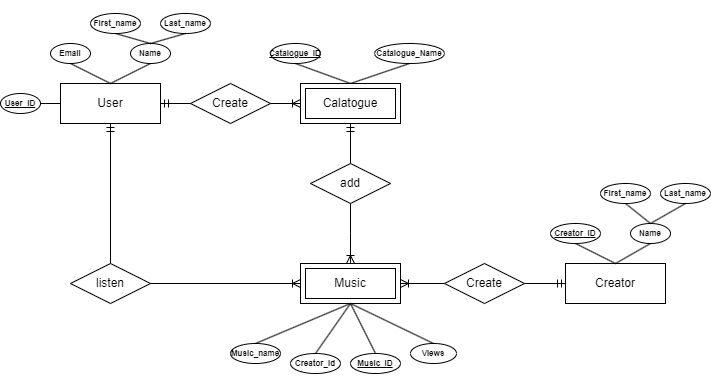
DeSP1C/FAM-BD keeps this draw.io diagram as lab1/ER_diagram.png. Above is the earlier version. Source tidied: cells renumbered, new cells last; positions are measured from the earlier drawing's top-left corner, leaving out a move shared by most shapes.
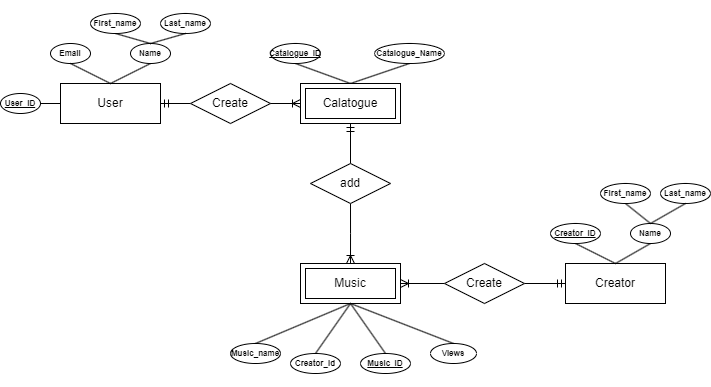
After the change.

Change to the diagram source:
```diff
@@ -117,7 +117,7 @@
       </mxGeometry>
     </mxCell>
     <mxCell id="37" value="&lt;h6&gt;&lt;u&gt;Music_ID&lt;/u&gt;&lt;/h6&gt;" style="ellipse;whiteSpace=wrap;html=1;align=center;" parent="1" vertex="1">
-      <mxGeometry x="350" y="340" width="50" height="20" as="geometry" />
+      <mxGeometry x="360" y="340" width="50" height="20" as="geometry" />
     </mxCell>
     <mxCell id="38" style="rounded=0;jettySize=auto;html=1;exitX=0.5;exitY=0;exitDx=0;exitDy=0;endArrow=none;endFill=0;entryX=0.5;entryY=1;entryDx=0;entryDy=0;" parent="1" edge="1" source="39" target="7">
       <mxGeometry relative="1" as="geometry" />
@@ -132,7 +132,7 @@
       <mxGeometry relative="1" as="geometry" />
     </mxCell>
     <mxCell id="42" value="&lt;h6&gt;Views&lt;/h6&gt;" style="ellipse;whiteSpace=wrap;html=1;align=center;" parent="1" vertex="1">
-      <mxGeometry x="410" y="330" width="46" height="20" as="geometry" />
+      <mxGeometry x="430" y="330" width="46" height="20" as="geometry" />
     </mxCell>
     <mxCell id="43" style="edgeStyle=orthogonalEdgeStyle;rounded=0;orthogonalLoop=1;jettySize=auto;html=1;exitX=0.5;exitY=1;exitDx=0;exitDy=0;" parent="1" edge="1" source="37" target="37">
       <mxGeometry relative="1" as="geometry" />
@@ -143,15 +143,6 @@
         <mxPoint x="240" y="330" as="targetPoint" />
       </mxGeometry>
     </mxCell>
-    <mxCell id="45" style="rounded=0;jettySize=auto;html=1;exitX=0.5;exitY=0;exitDx=0;exitDy=0;entryX=0.5;entryY=1;entryDx=0;entryDy=0;endArrow=ERmandOne;endFill=0;" parent="1" edge="1" source="47" target="2">
-      <mxGeometry relative="1" as="geometry" />
-    </mxCell>
-    <mxCell id="46" style="rounded=0;jettySize=auto;html=1;exitX=1;exitY=0.5;exitDx=0;exitDy=0;entryX=0;entryY=0.5;entryDx=0;entryDy=0;endArrow=ERoneToMany;endFill=0;" parent="1" edge="1" source="47" target="7">
-      <mxGeometry relative="1" as="geometry" />
-    </mxCell>
-    <mxCell id="47" value="listen" style="shape=rhombus;perimeter=rhombusPerimeter;whiteSpace=wrap;html=1;align=center;" parent="1" vertex="1">
-      <mxGeometry x="70" y="250" width="80" height="40" as="geometry" />
-    </mxCell>
     <mxCell id="48" style="rounded=0;jettySize=auto;html=1;exitX=0.5;exitY=0;exitDx=0;exitDy=0;endArrow=none;endFill=0;" parent="1" edge="1" source="49">
       <mxGeometry relative="1" as="geometry">
         <mxPoint x="350" y="290" as="targetPoint" />
```
